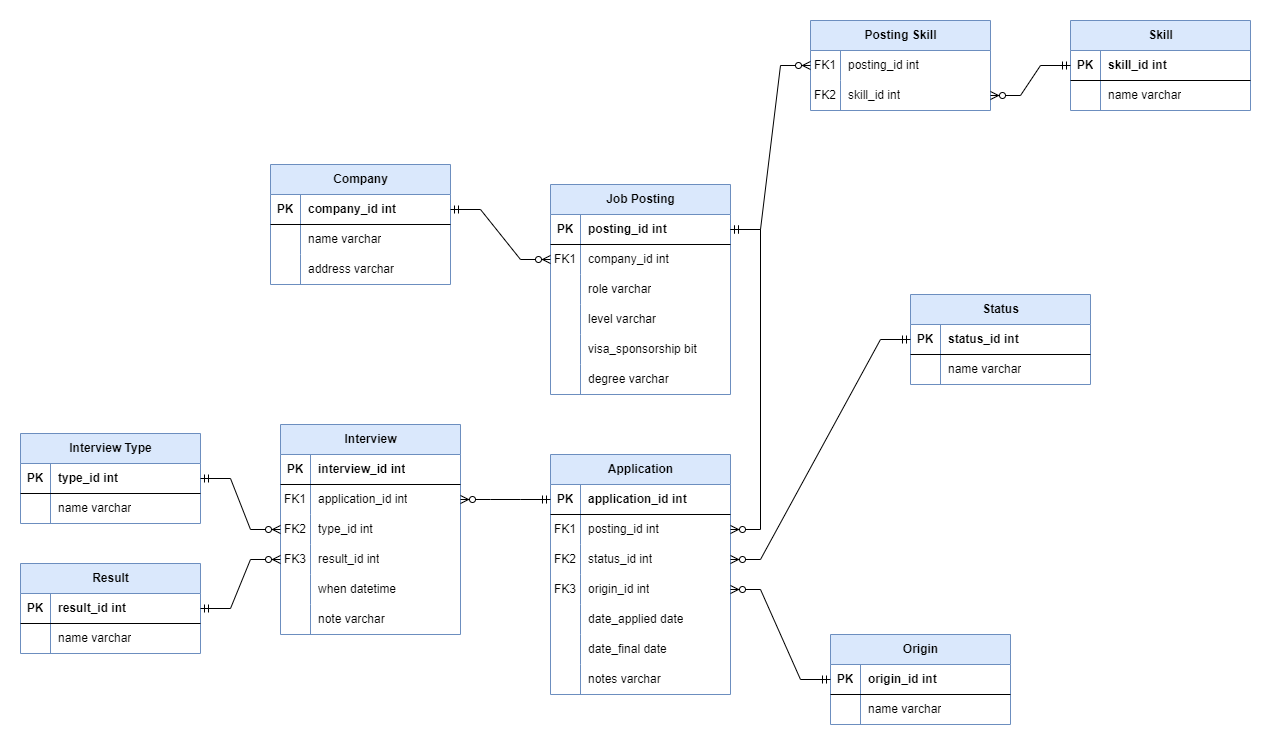
The draw.io diagram design/capstone_database_diagram.png in bwilkins96/capstone-rcb-talent, before a commit. Source tidied: cells renumbered, new cells last; positions are measured from the earlier drawing's top-left corner, leaving out a move shared by most shapes.
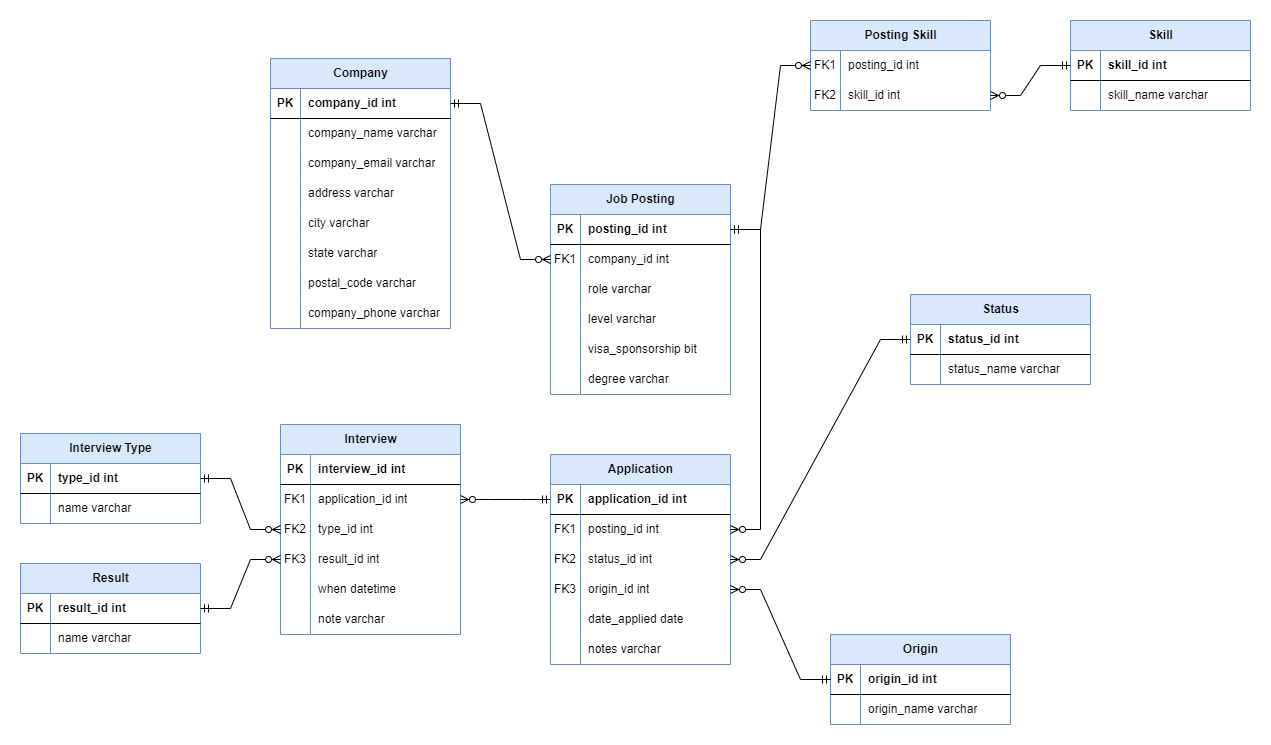
After the change.

Commit message:
updated database diagram

Diff of the diagram source:
```diff
@@ -3,7 +3,7 @@
     <mxCell id="0" />
     <mxCell id="1" parent="0" />
     <mxCell id="2" value="Application" style="shape=table;startSize=30;rowLines=0;fontStyle=1;align=center;html=1;fillColor=#dae8fc;strokeColor=#6c8ebf;" parent="1" vertex="1">
-      <mxGeometry x="530" y="434" width="180" height="240" as="geometry" />
+      <mxGeometry x="530" y="434" width="180" height="210" as="geometry" />
     </mxCell>
     <mxCell id="3" style="shape=tableRow;horizontal=0;startSize=0;swimlaneHead=0;swimlaneBody=0;fillColor=none;points=[[0,0.5],[1,0.5]];portConstraint=eastwest;top=0;left=0;right=0;bottom=1;" parent="2" vertex="1">
       <mxGeometry y="30" width="180" height="30" as="geometry" />
@@ -50,17 +50,8 @@
     <mxCell id="17" value="date_applied date" style="shape=partialRectangle;fillColor=none;top=0;left=0;bottom=0;right=0;align=left;spacingLeft=6;overflow=hidden;whiteSpace=wrap;html=1;" parent="15" vertex="1">
       <mxGeometry x="30" width="150" height="30" as="geometry" />
     </mxCell>
-    <mxCell id="18" style="shape=tableRow;horizontal=0;startSize=0;swimlaneHead=0;swimlaneBody=0;fillColor=none;top=0;left=0;right=0;bottom=0;" parent="2" vertex="1">
-      <mxGeometry y="180" width="180" height="30" as="geometry" />
-    </mxCell>
-    <mxCell id="19" style="shape=partialRectangle;fillColor=none;top=0;left=0;bottom=0;right=0;overflow=hidden;whiteSpace=wrap;html=1;" parent="18" vertex="1">
-      <mxGeometry width="30" height="30" as="geometry" />
-    </mxCell>
-    <mxCell id="20" value="date_final date" style="shape=partialRectangle;fillColor=none;top=0;left=0;bottom=0;right=0;align=left;spacingLeft=6;overflow=hidden;whiteSpace=wrap;html=1;" parent="18" vertex="1">
-      <mxGeometry x="30" width="150" height="30" as="geometry" />
-    </mxCell>
     <mxCell id="21" style="shape=tableRow;horizontal=0;startSize=0;swimlaneHead=0;swimlaneBody=0;fillColor=none;top=0;left=0;right=0;bottom=0;" parent="2" vertex="1">
-      <mxGeometry y="210" width="180" height="30" as="geometry" />
+      <mxGeometry y="180" width="180" height="30" as="geometry" />
     </mxCell>
     <mxCell id="22" style="shape=partialRectangle;fillColor=none;top=0;left=0;bottom=0;right=0;overflow=hidden;whiteSpace=wrap;html=1;" parent="21" vertex="1">
       <mxGeometry width="30" height="30" as="geometry" />
@@ -126,7 +117,7 @@
       <mxGeometry x="30" width="150" height="30" as="geometry" />
     </mxCell>
     <mxCell id="43" value="Company" style="shape=table;startSize=30;rowLines=0;fontStyle=1;align=center;html=1;fillColor=#dae8fc;strokeColor=#6c8ebf;" parent="1" vertex="1">
-      <mxGeometry x="250" y="144" width="180" height="120" as="geometry" />
+      <mxGeometry x="250" y="38" width="180" height="270" as="geometry" />
     </mxCell>
     <mxCell id="44" style="shape=tableRow;horizontal=0;startSize=0;swimlaneHead=0;swimlaneBody=0;fillColor=none;points=[[0,0.5],[1,0.5]];portConstraint=eastwest;top=0;left=0;right=0;bottom=1;" parent="43" vertex="1">
       <mxGeometry y="30" width="180" height="30" as="geometry" />
@@ -143,11 +134,20 @@
     <mxCell id="48" style="shape=partialRectangle;fillColor=none;top=0;left=0;bottom=0;right=0;overflow=hidden;whiteSpace=wrap;html=1;" parent="47" vertex="1">
       <mxGeometry width="30" height="30" as="geometry" />
     </mxCell>
-    <mxCell id="49" value="name varchar" style="shape=partialRectangle;fillColor=none;top=0;left=0;bottom=0;right=0;align=left;spacingLeft=6;overflow=hidden;whiteSpace=wrap;html=1;" parent="47" vertex="1">
+    <mxCell id="49" value="company_name varchar" style="shape=partialRectangle;fillColor=none;top=0;left=0;bottom=0;right=0;align=left;spacingLeft=6;overflow=hidden;whiteSpace=wrap;html=1;" parent="47" vertex="1">
       <mxGeometry x="30" width="150" height="30" as="geometry" />
     </mxCell>
+    <mxCell id="123" style="shape=tableRow;horizontal=0;startSize=0;swimlaneHead=0;swimlaneBody=0;fillColor=none;top=0;left=0;right=0;bottom=0;" parent="43" vertex="1">
+      <mxGeometry y="90" width="180" height="30" as="geometry" />
+    </mxCell>
+    <mxCell id="124" style="shape=partialRectangle;fillColor=none;top=0;left=0;bottom=0;right=0;overflow=hidden;whiteSpace=wrap;html=1;" parent="123" vertex="1">
+      <mxGeometry width="30" height="30" as="geometry" />
+    </mxCell>
+    <mxCell id="125" value="company_email varchar" style="shape=partialRectangle;fillColor=none;top=0;left=0;bottom=0;right=0;align=left;spacingLeft=6;overflow=hidden;whiteSpace=wrap;html=1;" parent="123" vertex="1">
+      <mxGeometry x="30" width="150" height="30" as="geometry" />
+    </mxCell>
     <mxCell id="50" style="shape=tableRow;horizontal=0;startSize=0;swimlaneHead=0;swimlaneBody=0;fillColor=none;top=0;left=0;right=0;bottom=0;" parent="43" vertex="1">
-      <mxGeometry y="90" width="180" height="30" as="geometry" />
+      <mxGeometry y="120" width="180" height="30" as="geometry" />
     </mxCell>
     <mxCell id="51" style="shape=partialRectangle;fillColor=none;top=0;left=0;bottom=0;right=0;overflow=hidden;whiteSpace=wrap;html=1;" parent="50" vertex="1">
       <mxGeometry width="30" height="30" as="geometry" />
@@ -155,6 +155,42 @@
     <mxCell id="52" value="address varchar" style="shape=partialRectangle;fillColor=none;top=0;left=0;bottom=0;right=0;align=left;spacingLeft=6;overflow=hidden;whiteSpace=wrap;html=1;" parent="50" vertex="1">
       <mxGeometry x="30" width="150" height="30" as="geometry" />
     </mxCell>
+    <mxCell id="126" style="shape=tableRow;horizontal=0;startSize=0;swimlaneHead=0;swimlaneBody=0;fillColor=none;top=0;left=0;right=0;bottom=0;" parent="43" vertex="1">
+      <mxGeometry y="150" width="180" height="30" as="geometry" />
+    </mxCell>
+    <mxCell id="127" style="shape=partialRectangle;fillColor=none;top=0;left=0;bottom=0;right=0;overflow=hidden;whiteSpace=wrap;html=1;" parent="126" vertex="1">
+      <mxGeometry width="30" height="30" as="geometry" />
+    </mxCell>
+    <mxCell id="128" value="city varchar" style="shape=partialRectangle;fillColor=none;top=0;left=0;bottom=0;right=0;align=left;spacingLeft=6;overflow=hidden;whiteSpace=wrap;html=1;" parent="126" vertex="1">
+      <mxGeometry x="30" width="150" height="30" as="geometry" />
+    </mxCell>
+    <mxCell id="18" style="shape=tableRow;horizontal=0;startSize=0;swimlaneHead=0;swimlaneBody=0;fillColor=none;top=0;left=0;right=0;bottom=0;" parent="43" vertex="1">
+      <mxGeometry y="180" width="180" height="30" as="geometry" />
+    </mxCell>
+    <mxCell id="129" style="shape=partialRectangle;fillColor=none;top=0;left=0;bottom=0;right=0;overflow=hidden;whiteSpace=wrap;html=1;" parent="18" vertex="1">
+      <mxGeometry width="30" height="30" as="geometry" />
+    </mxCell>
+    <mxCell id="130" value="state varchar" style="shape=partialRectangle;fillColor=none;top=0;left=0;bottom=0;right=0;align=left;spacingLeft=6;overflow=hidden;whiteSpace=wrap;html=1;" parent="18" vertex="1">
+      <mxGeometry x="30" width="150" height="30" as="geometry" />
+    </mxCell>
+    <mxCell id="131" style="shape=tableRow;horizontal=0;startSize=0;swimlaneHead=0;swimlaneBody=0;fillColor=none;top=0;left=0;right=0;bottom=0;" parent="43" vertex="1">
+      <mxGeometry y="210" width="180" height="30" as="geometry" />
+    </mxCell>
+    <mxCell id="132" style="shape=partialRectangle;fillColor=none;top=0;left=0;bottom=0;right=0;overflow=hidden;whiteSpace=wrap;html=1;" parent="131" vertex="1">
+      <mxGeometry width="30" height="30" as="geometry" />
+    </mxCell>
+    <mxCell id="133" value="postal_code varchar" style="shape=partialRectangle;fillColor=none;top=0;left=0;bottom=0;right=0;align=left;spacingLeft=6;overflow=hidden;whiteSpace=wrap;html=1;" parent="131" vertex="1">
+      <mxGeometry x="30" width="150" height="30" as="geometry" />
+    </mxCell>
+    <mxCell id="134" style="shape=tableRow;horizontal=0;startSize=0;swimlaneHead=0;swimlaneBody=0;fillColor=none;top=0;left=0;right=0;bottom=0;" parent="43" vertex="1">
+      <mxGeometry y="240" width="180" height="30" as="geometry" />
+    </mxCell>
+    <mxCell id="135" style="shape=partialRectangle;fillColor=none;top=0;left=0;bottom=0;right=0;overflow=hidden;whiteSpace=wrap;html=1;" parent="134" vertex="1">
+      <mxGeometry width="30" height="30" as="geometry" />
+    </mxCell>
+    <mxCell id="136" value="company_phone varchar" style="shape=partialRectangle;fillColor=none;top=0;left=0;bottom=0;right=0;align=left;spacingLeft=6;overflow=hidden;whiteSpace=wrap;html=1;" parent="134" vertex="1">
+      <mxGeometry x="30" width="150" height="30" as="geometry" />
+    </mxCell>
     <mxCell id="53" value="Job Posting" style="shape=table;startSize=30;rowLines=0;fontStyle=1;align=center;html=1;fillColor=#dae8fc;strokeColor=#6c8ebf;" parent="1" vertex="1">
       <mxGeometry x="530" y="164" width="180" height="210" as="geometry" />
     </mxCell>
@@ -230,7 +266,7 @@
     <mxCell id="77" style="shape=partialRectangle;fillColor=none;top=0;left=0;bottom=0;right=0;overflow=hidden;whiteSpace=wrap;html=1;" parent="76" vertex="1">
       <mxGeometry width="30" height="30" as="geometry" />
     </mxCell>
-    <mxCell id="78" value="name varchar" style="shape=partialRectangle;fillColor=none;top=0;left=0;bottom=0;right=0;align=left;spacingLeft=6;overflow=hidden;whiteSpace=wrap;html=1;" parent="76" vertex="1">
+    <mxCell id="78" value="status_name varchar" style="shape=partialRectangle;fillColor=none;top=0;left=0;bottom=0;right=0;align=left;spacingLeft=6;overflow=hidden;whiteSpace=wrap;html=1;" parent="76" vertex="1">
       <mxGeometry x="30" width="150" height="30" as="geometry" />
     </mxCell>
     <mxCell id="79" value="Skill" style="shape=table;startSize=30;rowLines=0;fontStyle=1;align=center;html=1;fillColor=#dae8fc;strokeColor=#6c8ebf;" parent="1" vertex="1">
@@ -251,7 +287,7 @@
     <mxCell id="84" style="shape=partialRectangle;fillColor=none;top=0;left=0;bottom=0;right=0;overflow=hidden;whiteSpace=wrap;html=1;" parent="83" vertex="1">
       <mxGeometry width="30" height="30" as="geometry" />
     </mxCell>
-    <mxCell id="85" value="name varchar" style="shape=partialRectangle;fillColor=none;top=0;left=0;bottom=0;right=0;align=left;spacingLeft=6;overflow=hidden;whiteSpace=wrap;html=1;" parent="83" vertex="1">
+    <mxCell id="85" value="skill_name varchar" style="shape=partialRectangle;fillColor=none;top=0;left=0;bottom=0;right=0;align=left;spacingLeft=6;overflow=hidden;whiteSpace=wrap;html=1;" parent="83" vertex="1">
       <mxGeometry x="30" width="150" height="30" as="geometry" />
     </mxCell>
     <mxCell id="86" value="Posting Skill" style="shape=table;startSize=30;rowLines=0;fontStyle=1;align=center;html=1;fillColor=#dae8fc;strokeColor=#6c8ebf;" parent="1" vertex="1">
@@ -293,7 +329,7 @@
     <mxCell id="98" style="shape=partialRectangle;fillColor=none;top=0;left=0;bottom=0;right=0;overflow=hidden;whiteSpace=wrap;html=1;" parent="97" vertex="1">
       <mxGeometry width="30" height="30" as="geometry" />
     </mxCell>
-    <mxCell id="99" value="name varchar" style="shape=partialRectangle;fillColor=none;top=0;left=0;bottom=0;right=0;align=left;spacingLeft=6;overflow=hidden;whiteSpace=wrap;html=1;" parent="97" vertex="1">
+    <mxCell id="99" value="origin_name varchar" style="shape=partialRectangle;fillColor=none;top=0;left=0;bottom=0;right=0;align=left;spacingLeft=6;overflow=hidden;whiteSpace=wrap;html=1;" parent="97" vertex="1">
       <mxGeometry x="30" width="150" height="30" as="geometry" />
     </mxCell>
     <mxCell id="100" style="edgeStyle=entityRelationEdgeStyle;fontSize=12;html=1;endArrow=ERzeroToMany;startArrow=ERmandOne;rounded=0;" parent="1" edge="1" source="3" target="28">
```
